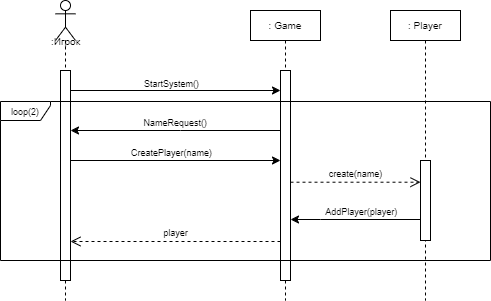
Above: images/lab4_1.drawio.png in katefomkina/sea-battle (draw.io), before the change. Source tidied: cells renumbered, new cells last; positions are measured from the earlier drawing's top-left corner, leaving out a move shared by most shapes. Its diagram source:
```xml
<mxGraphModel>
  <root>
    <mxCell id="0" />
    <mxCell id="1" parent="0" />
    <mxCell id="2" style="shape=umlLifeline;perimeter=lifelinePerimeter;whiteSpace=wrap;html=1;newEdgeStyle={&quot;curved&quot;:0,&quot;rounded&quot;:0};participant=umlActor;" parent="1" vertex="1">
      <mxGeometry x="55" width="20" height="300" as="geometry" />
    </mxCell>
    <mxCell id="3" style="html=1;perimeter=orthogonalPerimeter;targetShapes=umlLifeline;newEdgeStyle={&quot;curved&quot;:0,&quot;rounded&quot;:0};" parent="2" vertex="1">
      <mxGeometry x="5" y="70" width="10" height="210" as="geometry" />
    </mxCell>
    <mxCell id="4" value="&lt;font style=&quot;font-size: 10px;&quot;&gt;: Game&lt;/font&gt;" style="shape=umlLifeline;perimeter=lifelinePerimeter;whiteSpace=wrap;html=1;newEdgeStyle={&quot;curved&quot;:0,&quot;rounded&quot;:0};size=30;" parent="1" vertex="1">
      <mxGeometry x="250" y="10" width="70" height="290" as="geometry" />
    </mxCell>
    <mxCell id="5" style="html=1;perimeter=orthogonalPerimeter;targetShapes=umlLifeline;newEdgeStyle={&quot;curved&quot;:0,&quot;rounded&quot;:0};" parent="4" vertex="1">
      <mxGeometry x="30" y="60" width="10" height="210" as="geometry" />
    </mxCell>
    <mxCell id="6" value="&lt;font style=&quot;font-size: 10px;&quot;&gt;:Игрок&lt;/font&gt;" style="text;html=1;align=center;verticalAlign=middle;strokeColor=none;fillColor=none;" parent="1" vertex="1">
      <mxGeometry x="40" y="26" width="50" height="30" as="geometry" />
    </mxCell>
    <mxCell id="7" style="endArrow=classic;html=1;rounded=0;" parent="1" edge="1">
      <mxGeometry relative="1" as="geometry">
        <mxPoint x="280" y="130" as="sourcePoint" />
        <mxPoint x="70" y="130" as="targetPoint" />
        <Array as="points">
          <mxPoint x="180" y="130" />
        </Array>
      </mxGeometry>
    </mxCell>
    <mxCell id="8" value="&lt;div&gt;&lt;font style=&quot;font-size: 9px;&quot;&gt;NameRequest()&amp;nbsp;&lt;/font&gt;&lt;/div&gt;" style="edgeLabel;html=1;align=center;verticalAlign=middle;" parent="7" vertex="1">
      <mxGeometry x="0.15" y="2" relative="1" as="geometry">
        <mxPoint x="16" y="-11" as="offset" />
      </mxGeometry>
    </mxCell>
    <mxCell id="9" style="endArrow=classic;html=1;rounded=0;" parent="1" edge="1">
      <mxGeometry relative="1" as="geometry">
        <mxPoint x="70" y="160" as="sourcePoint" />
        <mxPoint x="280" y="160" as="targetPoint" />
      </mxGeometry>
    </mxCell>
    <mxCell id="10" value="&lt;font style=&quot;font-size: 9px;&quot;&gt;CreatePlayer(name)&lt;/font&gt;" style="edgeLabel;html=1;align=center;verticalAlign=middle;" parent="9" vertex="1">
      <mxGeometry x="0.17" y="1" relative="1" as="geometry">
        <mxPoint x="-23" y="-8" as="offset" />
      </mxGeometry>
    </mxCell>
    <mxCell id="11" value="&lt;font style=&quot;font-size: 9px;&quot;&gt;loop(2)&lt;/font&gt;" style="shape=umlFrame;whiteSpace=wrap;html=1;width=50;height=19;" parent="1" vertex="1">
      <mxGeometry y="101" width="490" height="159" as="geometry" />
    </mxCell>
    <mxCell id="12" style="endArrow=classic;html=1;rounded=0;" parent="1" edge="1">
      <mxGeometry relative="1" as="geometry">
        <mxPoint x="70" y="90" as="sourcePoint" />
        <mxPoint x="280" y="90" as="targetPoint" />
      </mxGeometry>
    </mxCell>
    <mxCell id="13" value="&lt;font style=&quot;font-size: 9px;&quot;&gt;StartSystem()&lt;/font&gt;" style="edgeLabel;html=1;align=center;verticalAlign=middle;" parent="12" vertex="1">
      <mxGeometry x="0.17" y="1" relative="1" as="geometry">
        <mxPoint x="-23" y="-7" as="offset" />
      </mxGeometry>
    </mxCell>
    <mxCell id="14" value="&lt;font style=&quot;font-size: 10px;&quot;&gt;: Player&lt;/font&gt;" style="shape=umlLifeline;perimeter=lifelinePerimeter;whiteSpace=wrap;html=1;newEdgeStyle={&quot;curved&quot;:0,&quot;rounded&quot;:0};size=30;" parent="1" vertex="1">
      <mxGeometry x="390" y="10" width="70" height="290" as="geometry" />
    </mxCell>
    <mxCell id="15" style="html=1;perimeter=orthogonalPerimeter;targetShapes=umlLifeline;newEdgeStyle={&quot;curved&quot;:0,&quot;rounded&quot;:0};" parent="14" vertex="1">
      <mxGeometry x="30" y="150" width="10" height="80" as="geometry" />
    </mxCell>
    <mxCell id="16" value="&lt;font style=&quot;font-size: 9px;&quot;&gt;create(name&lt;span style=&quot;color: rgba(0, 0, 0, 0); font-family: monospace; font-size: 0px; text-align: start; background-color: rgb(251, 251, 251);&quot;&gt;%3CmxGraphModel%3E%3Croot%3E%3CmxCell%20id%3D%220%22%2F%3E%3CmxCell%20id%3D%221%22%20parent%3D%220%22%2F%3E%3CmxCell%20id%3D%222%22%20value%3D%22%22%20style%3D%22endArrow%3Dclassic%3Bhtml%3D1%3Brounded%3D0%3B%22%20edge%3D%221%22%20parent%3D%221%22%3E%3CmxGeometry%20width%3D%2250%22%20height%3D%2250%22%20relative%3D%221%22%20as%3D%22geometry%22%3E%3CmxPoint%20x%3D%22430%22%20y%3D%22180%22%20as%3D%22sourcePoint%22%2F%3E%3CmxPoint%20x%3D%22220%22%20y%3D%22180%22%20as%3D%22targetPoint%22%2F%3E%3CArray%20as%3D%22points%22%3E%3CmxPoint%20x%3D%22330%22%20y%3D%22180%22%2F%3E%3C%2FArray%3E%3C%2FmxGeometry%3E%3C%2FmxCell%3E%3CmxCell%20id%3D%223%22%20value%3D%22%26lt%3Bdiv%26gt%3B%26lt%3Bfont%20style%3D%26quot%3Bfont-size%3A%209px%3B%26quot%3B%26gt%3BNameRequest()%26amp%3Bnbsp%3B%26lt%3B%2Ffont%26gt%3B%26lt%3B%2Fdiv%26gt%3B%22%20style%3D%22edgeLabel%3Bhtml%3D1%3Balign%3Dcenter%3BverticalAlign%3Dmiddle%3Bresizable%3D0%3Bpoints%3D%5B%5D%3B%22%20vertex%3D%221%22%20connectable%3D%220%22%20parent%3D%222%22%3E%3CmxGeometry%20x%3D%220.1504%22%20y%3D%222%22%20relative%3D%221%22%20as%3D%22geometry%22%3E%3CmxPoint%20x%3D%2216%22%20y%3D%22-11%22%20as%3D%22offset%22%2F%3E%3C%2FmxGeometry%3E%3C%2FmxCell%3E%3C%2Froot%3E%3C%2FmxGraphModel%3E&lt;/span&gt;)&lt;/font&gt;" style="html=1;verticalAlign=bottom;endArrow=open;dashed=1;endSize=8;curved=0;rounded=0;" parent="1" edge="1">
      <mxGeometry relative="1" as="geometry">
        <mxPoint x="290" y="181.7" as="sourcePoint" />
        <mxPoint x="420" y="181.7" as="targetPoint" />
      </mxGeometry>
    </mxCell>
    <mxCell id="17" style="endArrow=classic;html=1;rounded=0;" parent="1" edge="1">
      <mxGeometry relative="1" as="geometry">
        <mxPoint x="420" y="219" as="sourcePoint" />
        <mxPoint x="290" y="219" as="targetPoint" />
        <Array as="points">
          <mxPoint x="320" y="219" />
        </Array>
      </mxGeometry>
    </mxCell>
    <mxCell id="18" value="&lt;div&gt;&lt;font style=&quot;font-size: 9px;&quot;&gt;AddPlayer(player)&amp;nbsp;&lt;/font&gt;&lt;/div&gt;" style="edgeLabel;html=1;align=center;verticalAlign=middle;" parent="17" vertex="1">
      <mxGeometry x="0.15" y="2" relative="1" as="geometry">
        <mxPoint x="16" y="-11" as="offset" />
      </mxGeometry>
    </mxCell>
    <mxCell id="19" value="&lt;font style=&quot;font-size: 9px;&quot;&gt;player&lt;span style=&quot;color: rgba(0, 0, 0, 0); font-family: monospace; font-size: 0px; text-align: start; background-color: rgb(251, 251, 251);&quot;&gt;%3CmxGraphModel%3E%3Croot%3E%3CmxCell%20id%3D%220%22%2F%3E%3CmxCell%20id%3D%221%22%20parent%3D%220%22%2F%3E%3CmxCell%20id%3D%222%22%20value%3D%22%22%20style%3D%22endArrow%3Dclassic%3Bhtml%3D1%3Brounded%3D0%3B%22%20edge%3D%221%22%20parent%3D%221%22%3E%3CmxGeometry%20width%3D%2250%22%20height%3D%2250%22%20relative%3D%221%22%20as%3D%22geometry%22%3E%3CmxPoint%20x%3D%22430%22%20y%3D%22180%22%20as%3D%22sourcePoint%22%2F%3E%3CmxPoint%20x%3D%22220%22%20y%3D%22180%22%20as%3D%22targetPoint%22%2F%3E%3CArray%20as%3D%22points%22%3E%3CmxPoint%20x%3D%22330%22%20y%3D%22180%22%2F%3E%3C%2FArray%3E%3C%2FmxGeometry%3E%3C%2FmxCell%3E%3CmxCell%20id%3D%223%22%20value%3D%22%26lt%3Bdiv%26gt%3B%26lt%3Bfont%20style%3D%26quot%3Bfont-size%3A%209px%3B%26quot%3B%26gt%3BNameRequest()%26amp%3Bnbsp%3B%26lt%3B%2Ffont%26gt%3B%26lt%3B%2Fdiv%26gt%3B%22%20style%3D%22edgeLabel%3Bhtml%3D1%3Balign%3Dcenter%3BverticalAlign%3Dmiddle%3Bresizable%3D0%3Bpoints%3D%5B%5D%3B%22%20vertex%3D%221%22%20connectable%3D%220%22%20parent%3D%222%22%3E%3CmxGeometry%20x%3D%220.1504%22%20y%3D%222%22%20relative%3D%221%22%20as%3D%22geometry%22%3E%3CmxPoint%20x%3D%2216%22%20y%3D%22-11%22%20as%3D%22offset%22%2F%3E%3C%2FmxGeometry%3E%3C%2FmxCell%3E%3C%2Froot%3E%3C%2FmxGraph&lt;/span&gt;&lt;/font&gt;" style="html=1;verticalAlign=bottom;endArrow=open;dashed=1;endSize=8;curved=0;rounded=0;" parent="1" edge="1">
      <mxGeometry relative="1" as="geometry">
        <mxPoint x="280" y="241" as="sourcePoint" />
        <mxPoint x="70" y="241" as="targetPoint" />
      </mxGeometry>
    </mxCell>
  </root>
</mxGraphModel>
```
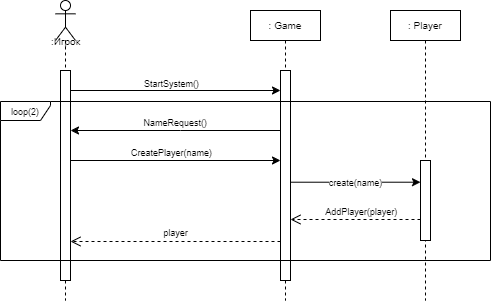
After the commit.

What changed in the source:
```diff
@@ -62,13 +62,13 @@
     <mxCell id="15" style="html=1;perimeter=orthogonalPerimeter;targetShapes=umlLifeline;newEdgeStyle={&quot;curved&quot;:0,&quot;rounded&quot;:0};" parent="14" vertex="1">
       <mxGeometry x="30" y="150" width="10" height="80" as="geometry" />
     </mxCell>
-    <mxCell id="16" value="&lt;font style=&quot;font-size: 9px;&quot;&gt;create(name&lt;span style=&quot;color: rgba(0, 0, 0, 0); font-family: monospace; font-size: 0px; text-align: start; background-color: rgb(251, 251, 251);&quot;&gt;%3CmxGraphModel%3E%3Croot%3E%3CmxCell%20id%3D%220%22%2F%3E%3CmxCell%20id%3D%221%22%20parent%3D%220%22%2F%3E%3CmxCell%20id%3D%222%22%20value%3D%22%22%20style%3D%22endArrow%3Dclassic%3Bhtml%3D1%3Brounded%3D0%3B%22%20edge%3D%221%22%20parent%3D%221%22%3E%3CmxGeometry%20width%3D%2250%22%20height%3D%2250%22%20relative%3D%221%22%20as%3D%22geometry%22%3E%3CmxPoint%20x%3D%22430%22%20y%3D%22180%22%20as%3D%22sourcePoint%22%2F%3E%3CmxPoint%20x%3D%22220%22%20y%3D%22180%22%20as%3D%22targetPoint%22%2F%3E%3CArray%20as%3D%22points%22%3E%3CmxPoint%20x%3D%22330%22%20y%3D%22180%22%2F%3E%3C%2FArray%3E%3C%2FmxGeometry%3E%3C%2FmxCell%3E%3CmxCell%20id%3D%223%22%20value%3D%22%26lt%3Bdiv%26gt%3B%26lt%3Bfont%20style%3D%26quot%3Bfont-size%3A%209px%3B%26quot%3B%26gt%3BNameRequest()%26amp%3Bnbsp%3B%26lt%3B%2Ffont%26gt%3B%26lt%3B%2Fdiv%26gt%3B%22%20style%3D%22edgeLabel%3Bhtml%3D1%3Balign%3Dcenter%3BverticalAlign%3Dmiddle%3Bresizable%3D0%3Bpoints%3D%5B%5D%3B%22%20vertex%3D%221%22%20connectable%3D%220%22%20parent%3D%222%22%3E%3CmxGeometry%20x%3D%220.1504%22%20y%3D%222%22%20relative%3D%221%22%20as%3D%22geometry%22%3E%3CmxPoint%20x%3D%2216%22%20y%3D%22-11%22%20as%3D%22offset%22%2F%3E%3C%2FmxGeometry%3E%3C%2FmxCell%3E%3C%2Froot%3E%3C%2FmxGraphModel%3E&lt;/span&gt;)&lt;/font&gt;" style="html=1;verticalAlign=bottom;endArrow=open;dashed=1;endSize=8;curved=0;rounded=0;" parent="1" edge="1">
+    <mxCell id="16" value="&lt;font style=&quot;font-size: 9px;&quot;&gt;create(name&lt;span style=&quot;color: rgba(0, 0, 0, 0); font-family: monospace; font-size: 0px; text-align: start; background-color: rgb(251, 251, 251);&quot;&gt;%3CmxGraphModel%3E%3Croot%3E%3CmxCell%20id%3D%220%22%2F%3E%3CmxCell%20id%3D%221%22%20parent%3D%220%22%2F%3E%3CmxCell%20id%3D%222%22%20value%3D%22%22%20style%3D%22endArrow%3Dclassic%3Bhtml%3D1%3Brounded%3D0%3B%22%20edge%3D%221%22%20parent%3D%221%22%3E%3CmxGeometry%20width%3D%2250%22%20height%3D%2250%22%20relative%3D%221%22%20as%3D%22geometry%22%3E%3CmxPoint%20x%3D%22430%22%20y%3D%22180%22%20as%3D%22sourcePoint%22%2F%3E%3CmxPoint%20x%3D%22220%22%20y%3D%22180%22%20as%3D%22targetPoint%22%2F%3E%3CArray%20as%3D%22points%22%3E%3CmxPoint%20x%3D%22330%22%20y%3D%22180%22%2F%3E%3C%2FArray%3E%3C%2FmxGeometry%3E%3C%2FmxCell%3E%3CmxCell%20id%3D%223%22%20value%3D%22%26lt%3Bdiv%26gt%3B%26lt%3Bfont%20style%3D%26quot%3Bfont-size%3A%209px%3B%26quot%3B%26gt%3BNameRequest()%26amp%3Bnbsp%3B%26lt%3B%2Ffont%26gt%3B%26lt%3B%2Fdiv%26gt%3B%22%20style%3D%22edgeLabel%3Bhtml%3D1%3Balign%3Dcenter%3BverticalAlign%3Dmiddle%3Bresizable%3D0%3Bpoints%3D%5B%5D%3B%22%20vertex%3D%221%22%20connectable%3D%220%22%20parent%3D%222%22%3E%3CmxGeometry%20x%3D%220.1504%22%20y%3D%222%22%20relative%3D%221%22%20as%3D%22geometry%22%3E%3CmxPoint%20x%3D%2216%22%20y%3D%22-11%22%20as%3D%22offset%22%2F%3E%3C%2FmxGeometry%3E%3C%2FmxCell%3E%3C%2Froot%3E%3C%2FmxGraphModel%3E&lt;/span&gt;)&lt;/font&gt;" style="endArrow=classic;html=1;rounded=0;" parent="1" edge="1">
       <mxGeometry relative="1" as="geometry">
         <mxPoint x="290" y="181.7" as="sourcePoint" />
         <mxPoint x="420" y="181.7" as="targetPoint" />
       </mxGeometry>
     </mxCell>
-    <mxCell id="17" style="endArrow=classic;html=1;rounded=0;" parent="1" edge="1">
+    <mxCell id="17" style="html=1;verticalAlign=bottom;endArrow=open;dashed=1;endSize=8;curved=0;rounded=0;" parent="1" edge="1">
       <mxGeometry relative="1" as="geometry">
         <mxPoint x="420" y="219" as="sourcePoint" />
         <mxPoint x="290" y="219" as="targetPoint" />
```
